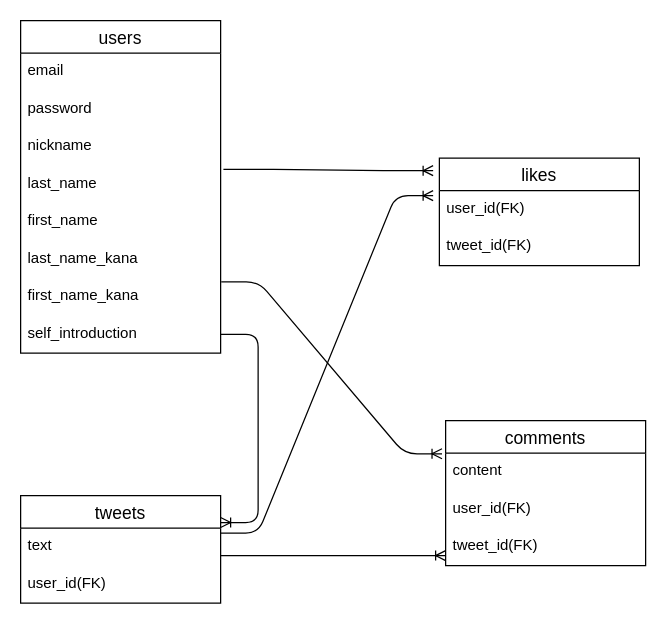
Above: er.dio in motty00/tweet-app (draw.io), before the change. Source tidied: cells renumbered, new cells numbered last; positions are measured from the earlier drawing's top-left corner, leaving out a move shared by most shapes. Both pictures are drawn from the tidied source at 125%, with x=0, y=0 at pixel (20, 20).
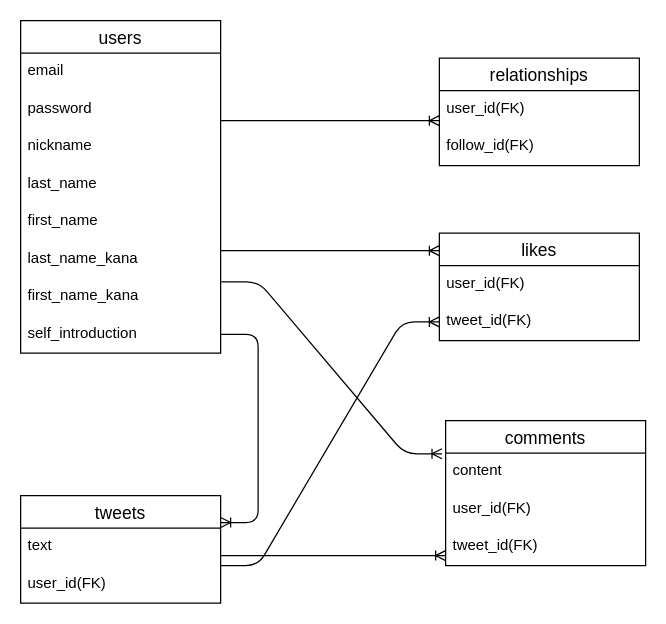
The same page after the edit.

Unchanged cells that the change refers to:
```xml
<mxCell id="4" value="tweet_id(FK)" style="text;strokeColor=none;fillColor=none;spacingLeft=4;spacingRight=4;overflow=hidden;points=[[0,0.5],[1,0.5]];portConstraint=eastwest;fontSize=12;" parent="2" vertex="1">
  <mxGeometry y="56" width="160" height="30" as="geometry" />
</mxCell>
<mxCell id="16" value="last_name" style="text;strokeColor=none;fillColor=none;spacingLeft=4;spacingRight=4;overflow=hidden;points=[[0,0.5],[1,0.5]];portConstraint=eastwest;fontSize=12;" parent="12" vertex="1">
  <mxGeometry y="116" width="160" height="30" as="geometry" />
</mxCell>
<mxCell id="18" value="last_name_kana" style="text;strokeColor=none;fillColor=none;spacingLeft=4;spacingRight=4;overflow=hidden;points=[[0,0.5],[1,0.5]];portConstraint=eastwest;fontSize=12;" parent="12" vertex="1">
  <mxGeometry y="176" width="160" height="30" as="geometry" />
</mxCell>
```

The edit, as a diff of the source:
```diff
@@
     <mxCell id="2" value="likes" style="swimlane;fontStyle=0;horizontal=1;startSize=26;align=center;fontSize=14;" parent="1" vertex="1">
-      <mxGeometry x="335" y="110" width="160" height="86" as="geometry" />
+      <mxGeometry x="335" y="170" width="160" height="86" as="geometry" />
     </mxCell>
@@
-    <mxCell id="21" style="edgeStyle=entityRelationEdgeStyle;fontSize=12;html=1;endArrow=ERoneToMany;exitX=1.014;exitY=0.1;exitDx=0;exitDy=0;exitPerimeter=0;" parent="1" edge="1" source="16">
-      <mxGeometry relative="1" as="geometry">
-        <mxPoint x="330" y="120" as="targetPoint" />
-      </mxGeometry>
+    <mxCell id="21" style="edgeStyle=entityRelationEdgeStyle;fontSize=12;html=1;endArrow=ERoneToMany;entryX=0;entryY=0.163;entryDx=0;entryDy=0;entryPerimeter=0;exitX=1;exitY=0.267;exitDx=0;exitDy=0;exitPerimeter=0;" parent="1" edge="1" source="18" target="2">
+      <mxGeometry relative="1" as="geometry" />
     </mxCell>
@@
-    <mxCell id="24" style="edgeStyle=entityRelationEdgeStyle;fontSize=12;html=1;endArrow=ERoneToMany;" parent="1" edge="1">
+    <mxCell id="24" style="edgeStyle=entityRelationEdgeStyle;fontSize=12;html=1;endArrow=ERoneToMany;entryX=0;entryY=0.5;entryDx=0;entryDy=0;" parent="1" edge="1" target="4">
       <mxGeometry relative="1" as="geometry">
-        <mxPoint x="160" y="410" as="sourcePoint" />
-        <mxPoint x="330" y="140" as="targetPoint" />
+        <mxPoint x="160" y="436" as="sourcePoint" />
       </mxGeometry>
     </mxCell>
@@
+    <mxCell id="26" value="relationships" style="swimlane;fontStyle=0;horizontal=1;startSize=26;align=center;fontSize=14;" parent="1" vertex="1">
+      <mxGeometry x="335" y="30" width="160" height="86" as="geometry" />
+    </mxCell>
+    <mxCell id="27" value="user_id(FK)" style="text;strokeColor=none;fillColor=none;spacingLeft=4;spacingRight=4;overflow=hidden;fontSize=12;" parent="26" vertex="1">
+      <mxGeometry y="26" width="160" height="30" as="geometry" />
+    </mxCell>
+    <mxCell id="28" value="follow_id(FK)" style="text;strokeColor=none;fillColor=none;spacingLeft=4;spacingRight=4;overflow=hidden;fontSize=12;" parent="26" vertex="1">
+      <mxGeometry y="56" width="160" height="30" as="geometry" />
+    </mxCell>
+    <mxCell id="29" style="edgeStyle=entityRelationEdgeStyle;fontSize=12;html=1;endArrow=ERoneToMany;entryX=0;entryY=0.163;entryDx=0;entryDy=0;entryPerimeter=0;exitX=1;exitY=0.267;exitDx=0;exitDy=0;exitPerimeter=0;" parent="1" edge="1">
+      <mxGeometry relative="1" as="geometry">
+        <mxPoint x="160" y="80" as="sourcePoint" />
+        <mxPoint x="335" y="80" as="targetPoint" />
+      </mxGeometry>
+    </mxCell>
```
